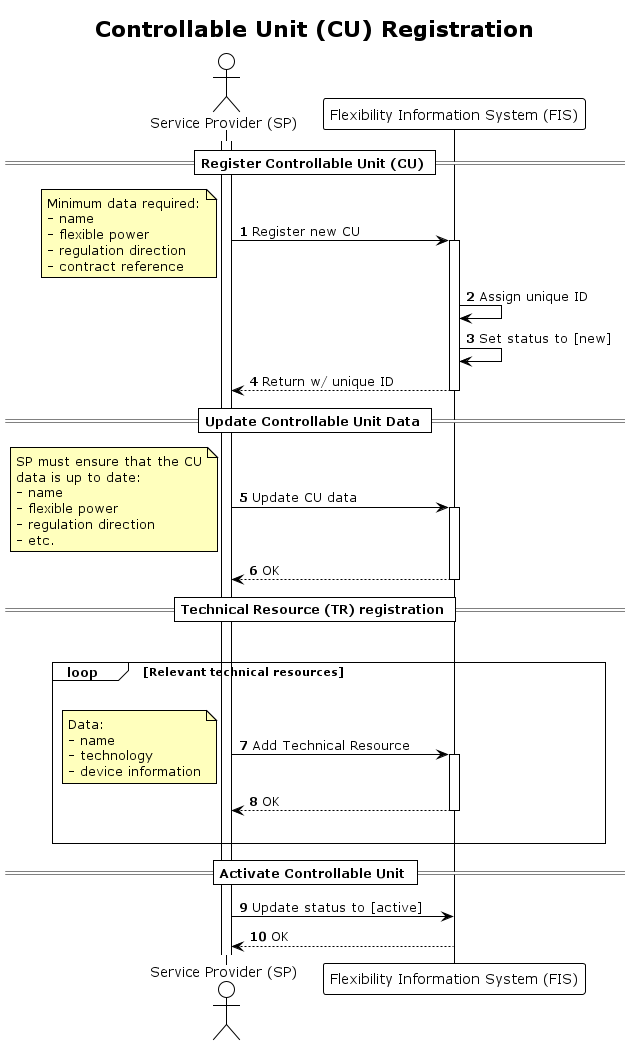
This is docs/diagrams/controllable_unit_registration.png from elhub/flex-information-system, a PlantUML export, as it was before one commit.
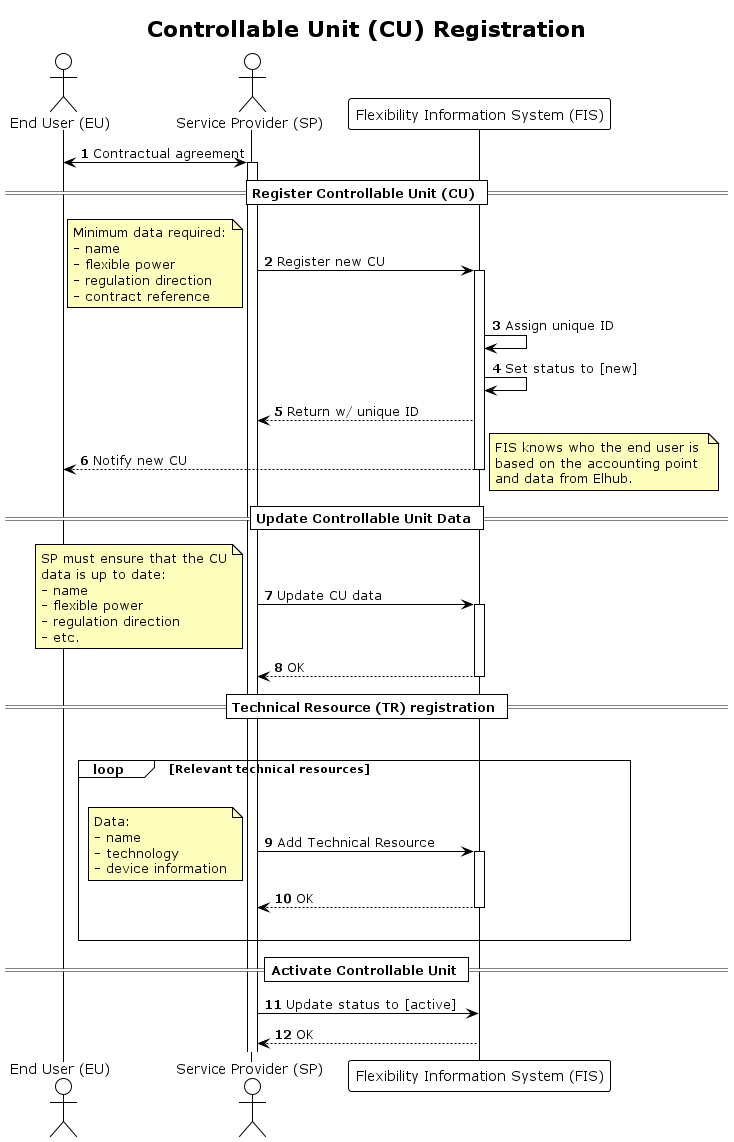
After the change.

Commit message:
added end user

Change to the diagram source:
```diff
@@ -8,9 +8,11 @@
     BackgroundColor #FFFFBD
 }
 
+actor "End User (EU)" as EU
 actor "Service Provider (SP)" as SP
 participant "Flexibility Information System (FIS)" as FIS
 
+EU <-> SP: Contractual agreement
 activate SP
 
 == Register Controllable Unit (CU) ==
@@ -28,6 +30,12 @@
 FIS -> FIS: Assign unique ID
 FIS -> FIS: Set status to [new]
 FIS --> SP: Return w/ unique ID
+FIS --> EU : Notify new CU
+note right
+    FIS knows who the end user is
+    based on the accounting point
+    and data from Elhub.
+end note
 deactivate FIS
 
 == Update Controllable Unit Data ==
```
